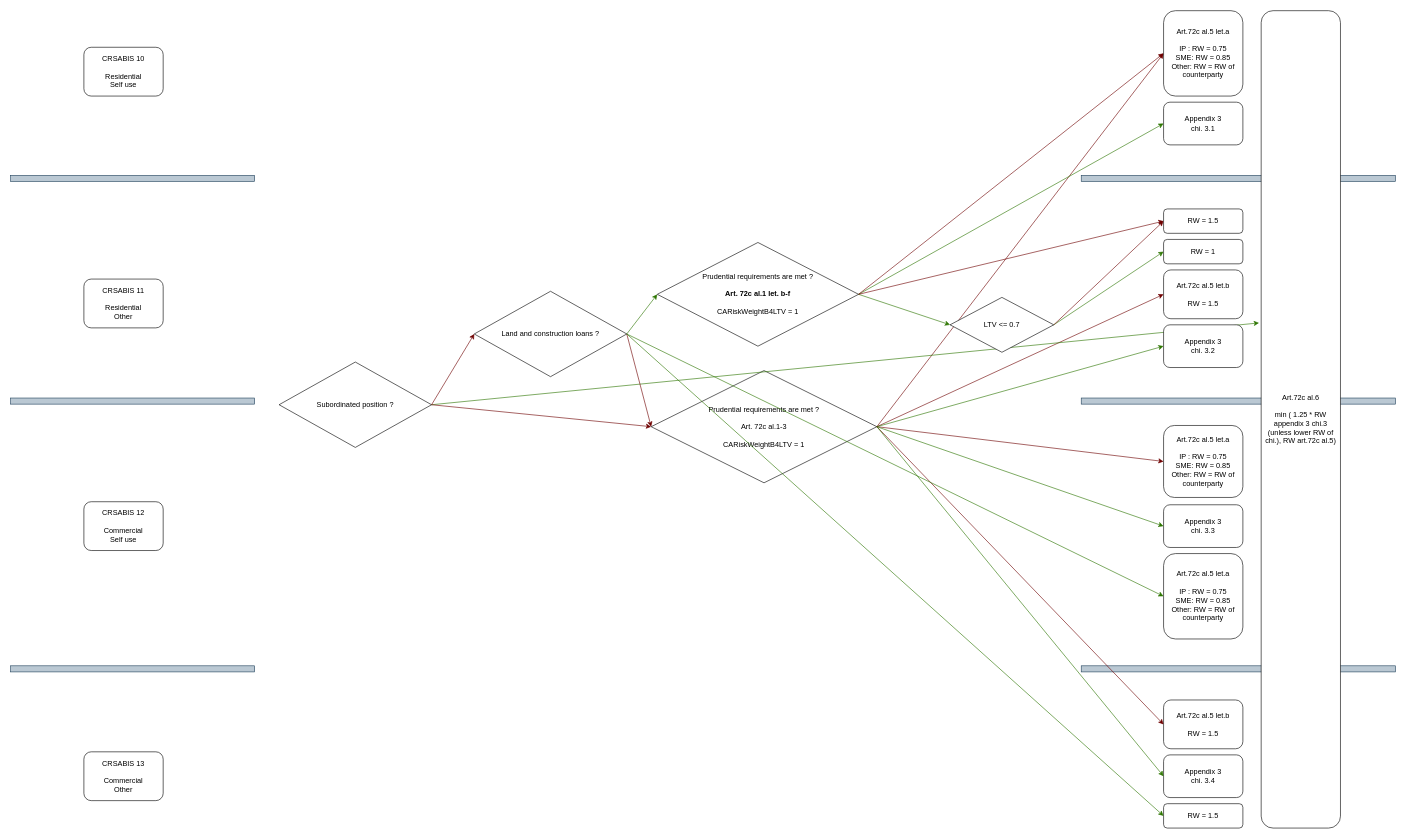
Earlier version of the draw.io diagram mkdocs/FunctionalDoc/diagrams/LTV_RW.drawio (quadrum-solutions/quadrum-solutions.github.io). Source tidied: cells renumbered, new cells numbered last; positions are measured from the earlier drawing's top-left corner, leaving out a move shared by most shapes. Both pictures are drawn from the tidied source at 61%, with x=0, y=0 at pixel (10, 10).
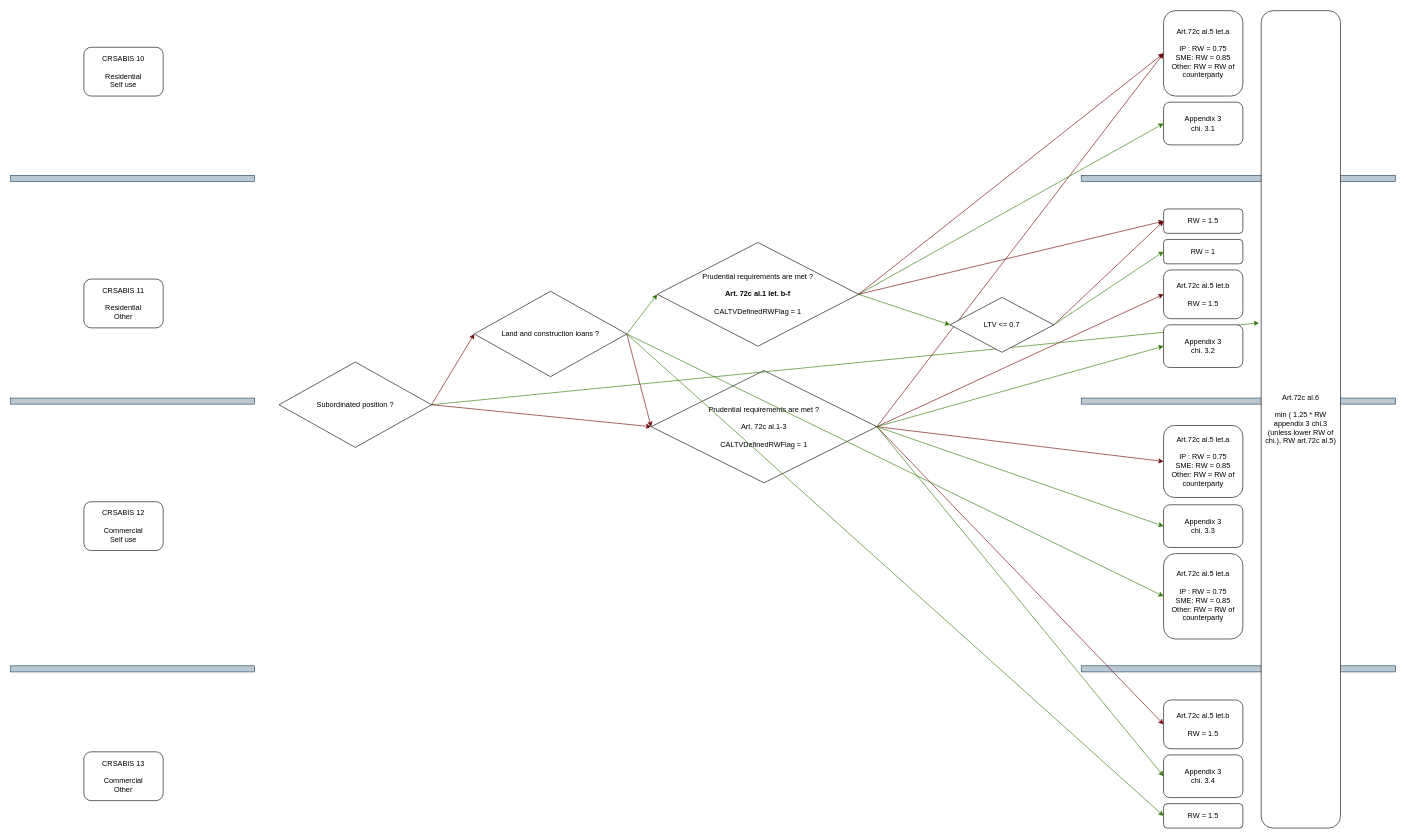
The same diagram, later.

Diff of the diagram source:
```diff
@@
-    <mxCell id="10" value="Prudential requirements are met ?&lt;br&gt;&lt;br style=&quot;font-size: 12px;&quot;&gt;Art. 72c al.1-3&lt;br&gt;&amp;nbsp;&lt;br style=&quot;font-size: 12px;&quot;&gt;&lt;span style=&quot;font-size: 12px; text-align: left;&quot;&gt;CARiskWeightB4LTV = 1&lt;/span&gt;" style="rhombus;whiteSpace=wrap;html=1;fontFamily=Helvetica;fontSize=12;" parent="1" vertex="1">
+    <mxCell id="10" value="Prudential requirements are met ?&lt;br&gt;&lt;br style=&quot;font-size: 12px;&quot;&gt;Art. 72c al.1-3&lt;br&gt;&amp;nbsp;&lt;br style=&quot;font-size: 12px;&quot;&gt;&lt;span style=&quot;text-align: left;&quot;&gt;CALTVDefinedRWFlag = 1&lt;/span&gt;" style="rhombus;whiteSpace=wrap;html=1;fontFamily=Helvetica;fontSize=12;" parent="1" vertex="1">
       <mxGeometry x="1050" y="590" width="370" height="184" as="geometry" />
     </mxCell>
@@
-    <mxCell id="35" value="Prudential requirements are met ?&lt;br&gt;&lt;b&gt;&lt;br&gt;Art. 72c al.1 let. b-f&lt;br&gt;&lt;br&gt;&lt;/b&gt;&lt;span style=&quot;text-align: left;&quot;&gt;CARiskWeightB4LTV = 1&lt;/span&gt;&lt;b&gt;&lt;br&gt;&lt;/b&gt;" style="rhombus;whiteSpace=wrap;html=1;fontFamily=Helvetica;fontSize=12;" parent="1" vertex="1">
+    <mxCell id="35" value="Prudential requirements are met ?&lt;br&gt;&lt;b&gt;&lt;br&gt;Art. 72c al.1 let. b-f&lt;br&gt;&lt;br&gt;&lt;/b&gt;&lt;span style=&quot;text-align: left;&quot;&gt;CALTVDefinedRWFlag = 1&lt;/span&gt;&lt;b&gt;&lt;br&gt;&lt;/b&gt;" style="rhombus;whiteSpace=wrap;html=1;fontFamily=Helvetica;fontSize=12;" parent="1" vertex="1">
       <mxGeometry x="1060" y="380" width="330" height="170" as="geometry" />
     </mxCell>
```
